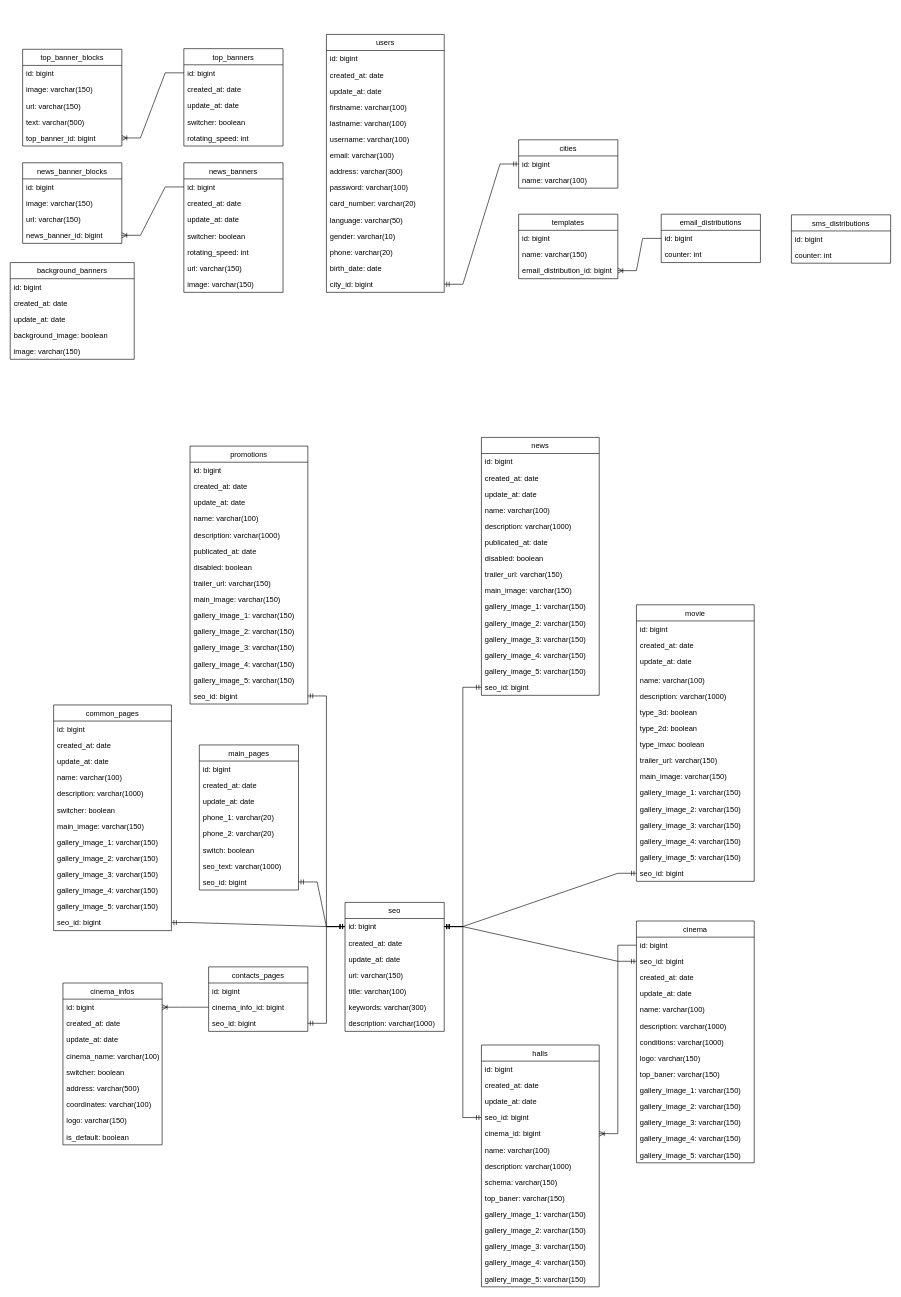
Earlier version of the draw.io diagram src/kinoCMS.drawio (NikitaFoshch/UML). Source tidied: cells renumbered, new cells numbered last; positions are measured from the earlier drawing's top-left corner, leaving out a move shared by most shapes. Both pictures are drawn from the tidied source at 62%, with x=0, y=0 at pixel (10, 34).
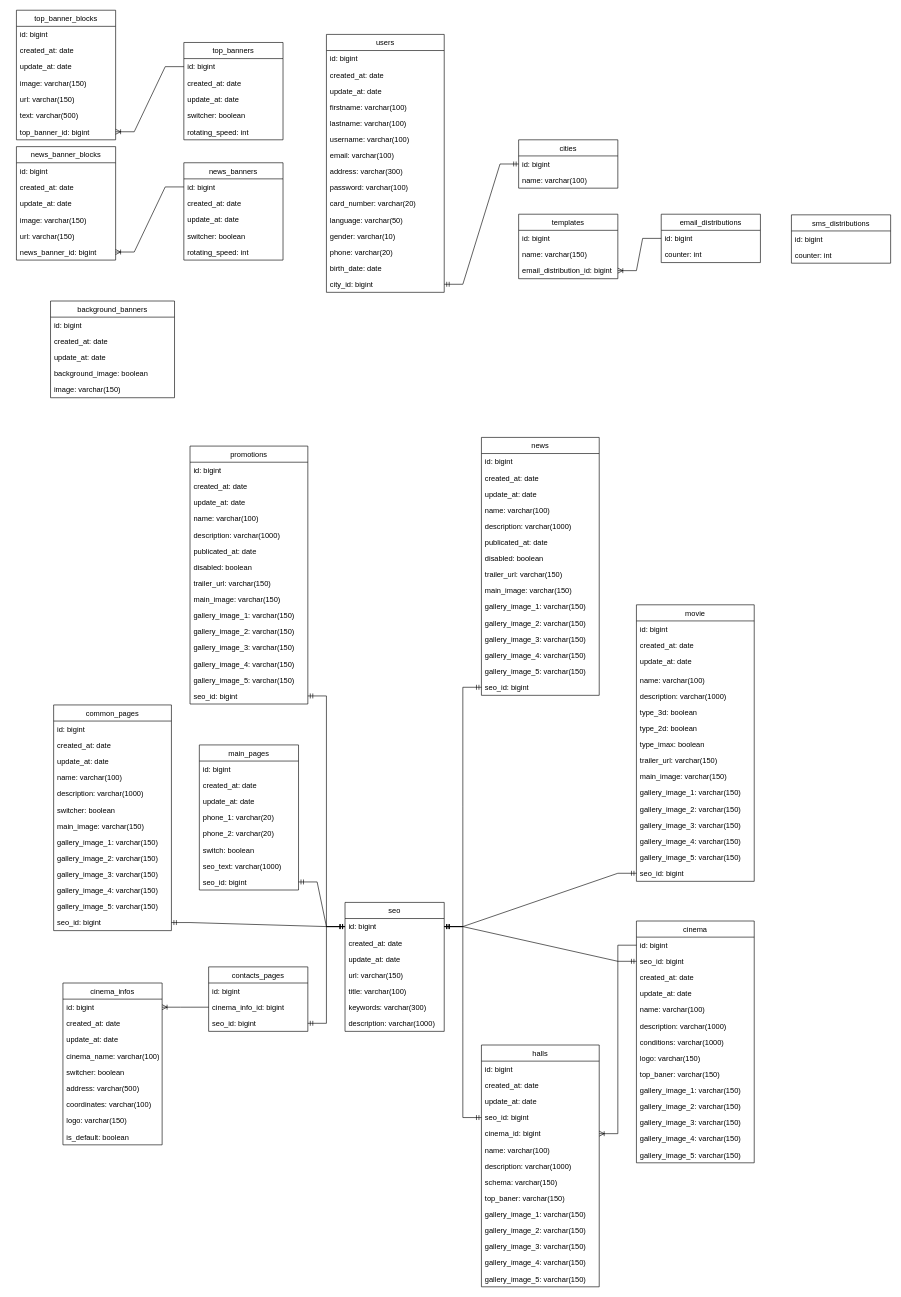
The same page after the edit.

Diff of the diagram source:
```diff
@@
     <mxCell id="18" value="top_banners" style="swimlane;fontStyle=0;horizontal=1;startSize=26;fillColor=none;" parent="1" vertex="1">
-      <mxGeometry x="280" y="23" width="160" height="157" as="geometry" />
+      <mxGeometry x="280" y="13" width="160" height="157" as="geometry" />
     </mxCell>
@@
     <mxCell id="24" value="news_banner_blocks" style="swimlane;fontStyle=0;horizontal=1;startSize=26;fillColor=none;" parent="1" vertex="1">
-      <mxGeometry x="20" y="207" width="160" height="130" as="geometry" />
+      <mxGeometry x="10" y="181" width="160" height="183" as="geometry" />
     </mxCell>
@@
+    <mxCell id="200" value="created_at: date" style="text;strokeColor=none;fillColor=none;align=left;verticalAlign=top;spacingLeft=4;spacingRight=4;overflow=hidden;" parent="24" vertex="1">
+      <mxGeometry y="52" width="160" height="26" as="geometry" />
+    </mxCell>
+    <mxCell id="201" value="update_at: date" style="text;strokeColor=none;fillColor=none;align=left;verticalAlign=top;spacingLeft=4;spacingRight=4;overflow=hidden;" parent="24" vertex="1">
+      <mxGeometry y="78" width="160" height="27" as="geometry" />
+    </mxCell>
     <mxCell id="26" value="image: varchar(150)" style="text;strokeColor=none;fillColor=none;align=left;verticalAlign=top;spacingLeft=4;spacingRight=4;overflow=hidden;" parent="24" vertex="1">
-      <mxGeometry y="52" width="160" height="26" as="geometry" />
+      <mxGeometry y="105" width="160" height="26" as="geometry" />
     </mxCell>
     <mxCell id="27" value="url: varchar(150)" style="text;strokeColor=none;fillColor=none;align=left;verticalAlign=top;spacingLeft=4;spacingRight=4;overflow=hidden;" parent="24" vertex="1">
-      <mxGeometry y="78" width="160" height="26" as="geometry" />
+      <mxGeometry y="131" width="160" height="26" as="geometry" />
     </mxCell>
     <mxCell id="28" value="news_banner_id: bigint" style="text;strokeColor=none;fillColor=none;align=left;verticalAlign=top;spacingLeft=4;spacingRight=4;overflow=hidden;points=[[0,0.5],[1,0.5]];portConstraint=eastwest;" parent="24" vertex="1">
-      <mxGeometry y="104" width="160" height="26" as="geometry" />
+      <mxGeometry y="157" width="160" height="26" as="geometry" />
     </mxCell>
     <mxCell id="29" value="background_banners" style="swimlane;fontStyle=0;horizontal=1;startSize=26;fillColor=none;" parent="1" vertex="1">
-      <mxGeometry y="368" width="200" height="156" as="geometry" />
+      <mxGeometry x="65" y="430" width="200" height="156" as="geometry" />
     </mxCell>
@@
     <mxCell id="179" value="top_banner_blocks" style="swimlane;fontStyle=0;horizontal=1;startSize=26;fillColor=none;" parent="1" vertex="1">
-      <mxGeometry x="20" y="24" width="160" height="156" as="geometry" />
+      <mxGeometry x="10" y="-39" width="160" height="209" as="geometry" />
     </mxCell>
@@
+    <mxCell id="202" value="created_at: date" style="text;strokeColor=none;fillColor=none;align=left;verticalAlign=top;spacingLeft=4;spacingRight=4;overflow=hidden;" parent="179" vertex="1">
+      <mxGeometry y="52" width="160" height="26" as="geometry" />
+    </mxCell>
+    <mxCell id="203" value="update_at: date" style="text;strokeColor=none;fillColor=none;align=left;verticalAlign=top;spacingLeft=4;spacingRight=4;overflow=hidden;" parent="179" vertex="1">
+      <mxGeometry y="78" width="160" height="27" as="geometry" />
+    </mxCell>
     <mxCell id="181" value="image: varchar(150)" style="text;strokeColor=none;fillColor=none;align=left;verticalAlign=top;spacingLeft=4;spacingRight=4;overflow=hidden;" parent="179" vertex="1">
-      <mxGeometry y="52" width="160" height="26" as="geometry" />
+      <mxGeometry y="105" width="160" height="26" as="geometry" />
     </mxCell>
     <mxCell id="182" value="url: varchar(150)" style="text;strokeColor=none;fillColor=none;align=left;verticalAlign=top;spacingLeft=4;spacingRight=4;overflow=hidden;" parent="179" vertex="1">
-      <mxGeometry y="78" width="160" height="26" as="geometry" />
+      <mxGeometry y="131" width="160" height="26" as="geometry" />
     </mxCell>
     <mxCell id="183" value="text: varchar(500)" style="text;strokeColor=none;fillColor=none;align=left;verticalAlign=top;spacingLeft=4;spacingRight=4;overflow=hidden;" parent="179" vertex="1">
-      <mxGeometry y="104" width="160" height="26" as="geometry" />
+      <mxGeometry y="157" width="160" height="26" as="geometry" />
     </mxCell>
     <mxCell id="184" value="top_banner_id: bigint" style="text;strokeColor=none;fillColor=none;align=left;verticalAlign=top;spacingLeft=4;spacingRight=4;overflow=hidden;points=[[0,0.5],[1,0.5]];portConstraint=eastwest;" parent="179" vertex="1">
-      <mxGeometry y="130" width="160" height="26" as="geometry" />
+      <mxGeometry y="183" width="160" height="26" as="geometry" />
     </mxCell>
@@
     <mxCell id="186" value="news_banners" style="swimlane;fontStyle=0;horizontal=1;startSize=26;fillColor=none;" parent="1" vertex="1">
-      <mxGeometry x="280" y="207" width="160" height="209" as="geometry" />
+      <mxGeometry x="280" y="207" width="160" height="157" as="geometry" />
     </mxCell>
@@
-    <mxCell id="192" value="url: varchar(150)" style="text;strokeColor=none;fillColor=none;align=left;verticalAlign=top;spacingLeft=4;spacingRight=4;overflow=hidden;" parent="186" vertex="1">
-      <mxGeometry y="157" width="160" height="26" as="geometry" />
-    </mxCell>
-    <mxCell id="193" value="image: varchar(150)" style="text;strokeColor=none;fillColor=none;align=left;verticalAlign=top;spacingLeft=4;spacingRight=4;overflow=hidden;" parent="186" vertex="1">
-      <mxGeometry y="183" width="160" height="26" as="geometry" />
-    </mxCell>
```
